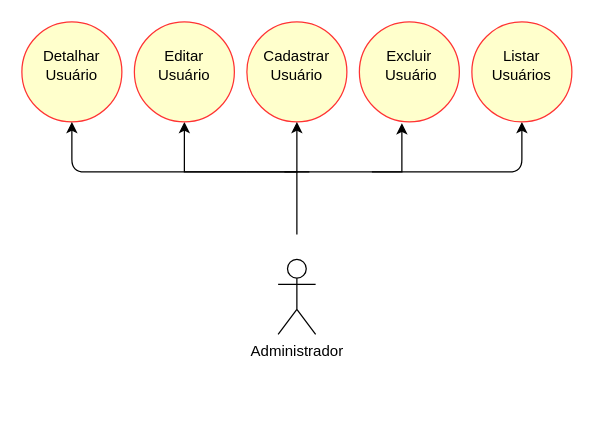
Before: page "Administrador" (7 of 7) of projeto/documentacao/Diagrama de casos de uso.drawio in adjamirgalvao/pucminas, a draw.io diagram. Source tidied: cells renumbered, new cells numbered last; positions are measured from the earlier drawing's top-left corner, leaving out a move shared by most shapes. Both pictures are drawn from the tidied source at 125%, with x=0, y=0 at pixel (21, 21).
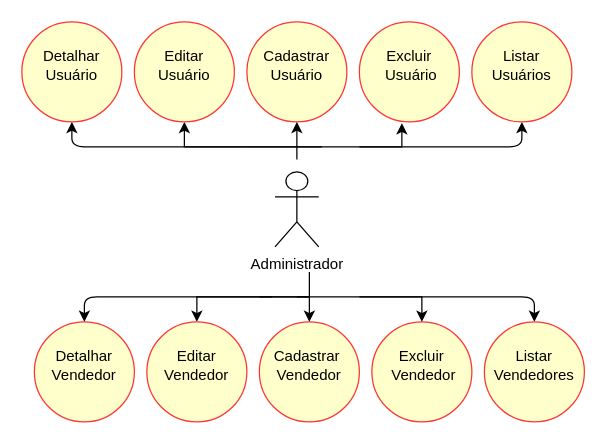
After the change.

The change refers to these unchanged cells:
```xml
<mxCell id="2" value="&lt;br style=&quot;border-color: var(--border-color);&quot;&gt;Excluir&lt;br style=&quot;border-color: var(--border-color);&quot;&gt;&amp;nbsp;Usuário" style="ellipse;whiteSpace=wrap;html=1;verticalAlign=top;fillColor=#FFFFCC;strokeColor=#FF3333;" parent="1" vertex="1">
  <mxGeometry x="270" width="80" height="80" as="geometry" />
</mxCell>
<mxCell id="8" value="&lt;br style=&quot;border-color: var(--border-color);&quot;&gt;Detalhar&lt;br style=&quot;border-color: var(--border-color);&quot;&gt;Usuário" style="ellipse;whiteSpace=wrap;html=1;verticalAlign=top;fillColor=#FFFFCC;strokeColor=#FF3333;" parent="1" vertex="1">
  <mxGeometry width="80" height="80" as="geometry" />
</mxCell>
<mxCell id="10" value="&lt;br&gt;Listar&lt;br&gt;Usuários" style="ellipse;whiteSpace=wrap;html=1;verticalAlign=top;fillColor=#FFFFCC;strokeColor=#FF3333;" parent="1" vertex="1">
  <mxGeometry x="360" width="80" height="80" as="geometry" />
</mxCell>
<mxCell id="12" value="&lt;br&gt;Editar &lt;br&gt;Usuário" style="ellipse;whiteSpace=wrap;html=1;verticalAlign=top;fillColor=#FFFFCC;strokeColor=#FF3333;" parent="1" vertex="1">
  <mxGeometry x="90" width="80" height="80" as="geometry" />
</mxCell>
```

Change to the diagram source:
```diff
@@
     <mxCell id="4" value="Administrador" style="shape=umlActor;verticalLabelPosition=bottom;verticalAlign=top;html=1;" parent="1" vertex="1">
-      <mxGeometry x="205" y="190" width="30" height="60" as="geometry" />
+      <mxGeometry x="202.5" y="120" width="35" height="60" as="geometry" />
     </mxCell>
     <mxCell id="5" style="edgeStyle=orthogonalEdgeStyle;rounded=0;orthogonalLoop=1;jettySize=auto;html=1;endArrow=classic;endFill=1;sourcePerimeterSpacing=0;targetPerimeterSpacing=0;startArrow=none;startFill=0;jumpStyle=arc;" parent="1" edge="1">
       <mxGeometry relative="1" as="geometry">
-        <mxPoint x="210" y="120" as="sourcePoint" />
+        <mxPoint x="220" y="110" as="sourcePoint" />
         <mxPoint x="220" y="80" as="targetPoint" />
         <Array as="points">
-          <mxPoint x="220" y="120" />
+          <mxPoint x="220" y="110" />
+          <mxPoint x="220" y="110" />
         </Array>
       </mxGeometry>
     </mxCell>
     <mxCell id="6" style="edgeStyle=orthogonalEdgeStyle;rounded=1;jettySize=auto;html=1;endArrow=classic;endFill=1;sourcePerimeterSpacing=24;targetPerimeterSpacing=0;startArrow=none;startFill=0;jumpStyle=arc;entryX=0.5;entryY=1;entryDx=0;entryDy=0;" parent="1" edge="1" target="10">
       <mxGeometry relative="1" as="geometry">
-        <mxPoint x="280" y="120" as="sourcePoint" />
+        <mxPoint x="270" y="100" as="sourcePoint" />
         <Array as="points">
-          <mxPoint x="300" y="120" />
-          <mxPoint x="400" y="120" />
+          <mxPoint x="280" y="100" />
+          <mxPoint x="400" y="100" />
         </Array>
       </mxGeometry>
     </mxCell>
-    <mxCell id="7" style="edgeStyle=orthogonalEdgeStyle;rounded=0;jettySize=auto;html=1;endArrow=classic;endFill=1;sourcePerimeterSpacing=24;targetPerimeterSpacing=0;startArrow=none;startFill=0;jumpStyle=arc;entryX=0.425;entryY=1.013;entryDx=0;entryDy=0;entryPerimeter=0;" parent="1" edge="1" target="2">
+    <mxCell id="7" style="edgeStyle=orthogonalEdgeStyle;rounded=0;jettySize=auto;html=1;endArrow=classic;endFill=1;sourcePerimeterSpacing=24;targetPerimeterSpacing=0;startArrow=none;startFill=0;jumpStyle=none;entryX=0.425;entryY=1.013;entryDx=0;entryDy=0;entryPerimeter=0;" parent="1" edge="1" target="2">
       <mxGeometry relative="1" as="geometry">
-        <mxPoint x="180" y="120" as="sourcePoint" />
+        <mxPoint x="180" y="100" as="sourcePoint" />
         <Array as="points">
-          <mxPoint x="304" y="120" />
+          <mxPoint x="180" y="100" />
+          <mxPoint x="304" y="100" />
         </Array>
       </mxGeometry>
     </mxCell>
@@
-    <mxCell id="9" style="edgeStyle=orthogonalEdgeStyle;rounded=0;jettySize=auto;html=1;endArrow=classic;endFill=1;sourcePerimeterSpacing=24;targetPerimeterSpacing=0;startArrow=none;startFill=0;jumpStyle=arc;entryX=0.5;entryY=1;entryDx=0;entryDy=0;" parent="1" edge="1" target="12">
+    <mxCell id="9" style="edgeStyle=orthogonalEdgeStyle;rounded=0;jettySize=auto;html=1;endArrow=classic;endFill=1;sourcePerimeterSpacing=24;targetPerimeterSpacing=0;startArrow=none;startFill=0;jumpStyle=none;entryX=0.5;entryY=1;entryDx=0;entryDy=0;" parent="1" edge="1" target="12">
       <mxGeometry relative="1" as="geometry">
-        <mxPoint x="230" y="120" as="sourcePoint" />
+        <mxPoint x="240" y="100" as="sourcePoint" />
         <Array as="points">
-          <mxPoint x="220" y="120" />
-          <mxPoint x="130" y="120" />
+          <mxPoint x="230" y="100" />
+          <mxPoint x="130" y="100" />
         </Array>
       </mxGeometry>
     </mxCell>
@@
     <mxCell id="11" style="edgeStyle=orthogonalEdgeStyle;rounded=1;jettySize=auto;html=1;endArrow=classic;endFill=1;sourcePerimeterSpacing=24;targetPerimeterSpacing=0;startArrow=none;startFill=0;jumpStyle=none;entryX=0.5;entryY=1;entryDx=0;entryDy=0;" parent="1" edge="1" target="8">
       <mxGeometry relative="1" as="geometry">
-        <mxPoint x="180" y="120" as="sourcePoint" />
+        <mxPoint x="180" y="100" as="sourcePoint" />
         <Array as="points">
-          <mxPoint x="40" y="120" />
+          <mxPoint x="180" y="100" />
+          <mxPoint x="40" y="100" />
         </Array>
       </mxGeometry>
     </mxCell>
@@
     <mxCell id="13" style="endArrow=none;startArrow=none;html=1;rounded=0;jumpStyle=none;startFill=0;endFill=0;" parent="1" edge="1">
       <mxGeometry relative="1" as="geometry">
-        <mxPoint x="220" y="170" as="sourcePoint" />
-        <mxPoint x="220" y="120" as="targetPoint" />
+        <mxPoint x="220" y="110" as="sourcePoint" />
+        <mxPoint x="220" y="110" as="targetPoint" />
+        <Array as="points">
+          <mxPoint x="220" y="110" />
+        </Array>
       </mxGeometry>
     </mxCell>
+    <mxCell id="14" value="&lt;br style=&quot;border-color: var(--border-color);&quot;&gt;Excluir&lt;br style=&quot;border-color: var(--border-color);&quot;&gt;&amp;nbsp;Vendedor" style="ellipse;whiteSpace=wrap;html=1;verticalAlign=top;fillColor=#FFFFCC;strokeColor=#FF3333;" parent="1" vertex="1">
+      <mxGeometry x="280" y="240" width="80" height="80" as="geometry" />
+    </mxCell>
+    <mxCell id="15" value="&lt;br&gt;Cadastrar&amp;nbsp;&lt;br&gt;Vendedor" style="ellipse;whiteSpace=wrap;html=1;verticalAlign=top;fillColor=#FFFFCC;strokeColor=#FF3333;" parent="1" vertex="1">
+      <mxGeometry x="190" y="240" width="80" height="80" as="geometry" />
+    </mxCell>
+    <mxCell id="16" style="edgeStyle=orthogonalEdgeStyle;rounded=0;orthogonalLoop=1;jettySize=auto;html=1;endArrow=classic;endFill=1;sourcePerimeterSpacing=0;targetPerimeterSpacing=0;startArrow=none;startFill=0;jumpStyle=arc;" parent="1" edge="1">
+      <mxGeometry relative="1" as="geometry">
+        <mxPoint x="220" y="220" as="sourcePoint" />
+        <mxPoint x="230" y="240" as="targetPoint" />
+        <Array as="points">
+          <mxPoint x="220" y="220" />
+          <mxPoint x="230" y="220" />
+        </Array>
+      </mxGeometry>
+    </mxCell>
+    <mxCell id="17" style="edgeStyle=orthogonalEdgeStyle;rounded=1;jettySize=auto;html=1;endArrow=classic;endFill=1;sourcePerimeterSpacing=24;targetPerimeterSpacing=0;startArrow=none;startFill=0;jumpStyle=arc;entryX=0.5;entryY=0;entryDx=0;entryDy=0;" parent="1" edge="1" target="21">
+      <mxGeometry relative="1" as="geometry">
+        <mxPoint x="270" y="220" as="sourcePoint" />
+        <Array as="points">
+          <mxPoint x="410" y="220" />
+        </Array>
+      </mxGeometry>
+    </mxCell>
+    <mxCell id="18" style="edgeStyle=orthogonalEdgeStyle;rounded=0;jettySize=auto;html=1;endArrow=classic;endFill=1;sourcePerimeterSpacing=24;targetPerimeterSpacing=0;startArrow=none;startFill=0;jumpStyle=arc;entryX=0.5;entryY=0;entryDx=0;entryDy=0;" parent="1" edge="1" target="14">
+      <mxGeometry relative="1" as="geometry">
+        <mxPoint x="190" y="220" as="sourcePoint" />
+        <Array as="points">
+          <mxPoint x="190" y="220" />
+          <mxPoint x="320" y="220" />
+        </Array>
+      </mxGeometry>
+    </mxCell>
+    <mxCell id="19" value="&lt;br style=&quot;border-color: var(--border-color);&quot;&gt;Detalhar&lt;br style=&quot;border-color: var(--border-color);&quot;&gt;Vendedor" style="ellipse;whiteSpace=wrap;html=1;verticalAlign=top;fillColor=#FFFFCC;strokeColor=#FF3333;" parent="1" vertex="1">
+      <mxGeometry x="10" y="240" width="80" height="80" as="geometry" />
+    </mxCell>
+    <mxCell id="20" style="edgeStyle=orthogonalEdgeStyle;rounded=0;jettySize=auto;html=1;endArrow=classic;endFill=1;sourcePerimeterSpacing=24;targetPerimeterSpacing=0;startArrow=none;startFill=0;jumpStyle=arc;entryX=0.5;entryY=0;entryDx=0;entryDy=0;" parent="1" edge="1" target="23">
+      <mxGeometry relative="1" as="geometry">
+        <mxPoint x="230" y="220" as="sourcePoint" />
+        <Array as="points">
+          <mxPoint x="230" y="220" />
+          <mxPoint x="140" y="220" />
+        </Array>
+      </mxGeometry>
+    </mxCell>
+    <mxCell id="21" value="&lt;br&gt;Listar&lt;br&gt;Vendedores" style="ellipse;whiteSpace=wrap;html=1;verticalAlign=top;fillColor=#FFFFCC;strokeColor=#FF3333;" parent="1" vertex="1">
+      <mxGeometry x="370" y="240" width="80" height="80" as="geometry" />
+    </mxCell>
+    <mxCell id="22" style="edgeStyle=orthogonalEdgeStyle;rounded=1;orthogonalLoop=1;jettySize=auto;html=1;endArrow=classic;endFill=1;sourcePerimeterSpacing=24;targetPerimeterSpacing=0;startArrow=none;startFill=0;jumpStyle=none;" parent="1" edge="1">
+      <mxGeometry relative="1" as="geometry">
+        <mxPoint x="200" y="220" as="sourcePoint" />
+        <mxPoint x="50" y="240" as="targetPoint" />
+        <Array as="points">
+          <mxPoint x="190" y="220" />
+          <mxPoint x="50" y="220" />
+        </Array>
+      </mxGeometry>
+    </mxCell>
+    <mxCell id="23" value="&lt;br&gt;Editar &lt;br&gt;Vendedor" style="ellipse;whiteSpace=wrap;html=1;verticalAlign=top;fillColor=#FFFFCC;strokeColor=#FF3333;" parent="1" vertex="1">
+      <mxGeometry x="100" y="240" width="80" height="80" as="geometry" />
+    </mxCell>
+    <mxCell id="24" style="endArrow=none;startArrow=none;html=1;rounded=0;jumpStyle=none;startFill=0;endFill=0;" parent="1" edge="1">
+      <mxGeometry relative="1" as="geometry">
+        <mxPoint x="230" y="220" as="sourcePoint" />
+        <mxPoint x="230" y="200" as="targetPoint" />
+      </mxGeometry>
+    </mxCell>
```
